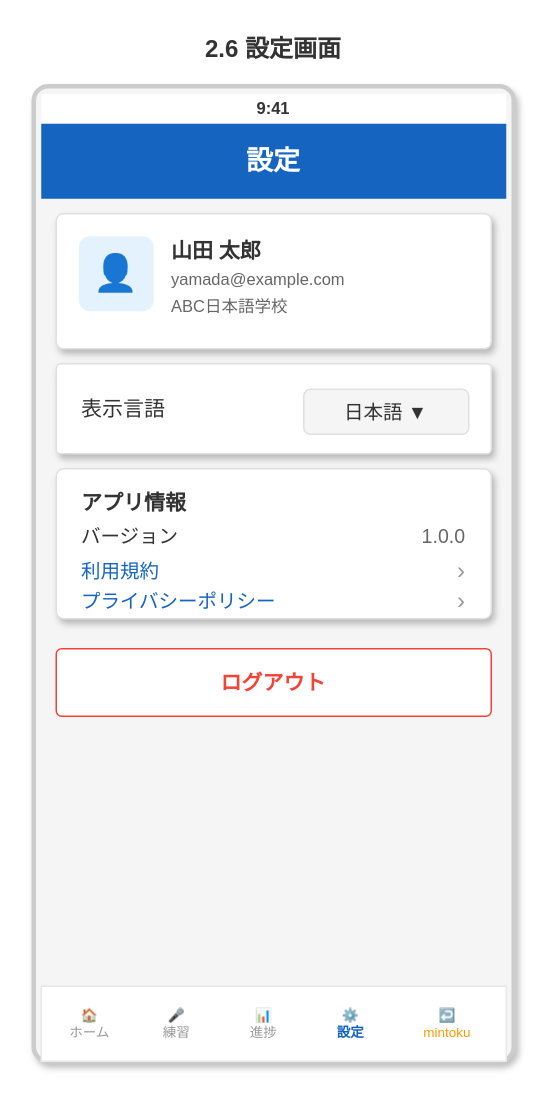
yoshidasendai115/ai-interview keeps this draw.io diagram as docs/images/画面設計書_2.6_設定.drawio. Above is the earlier version. Source tidied: cells renumbered, new cells numbered last; positions are measured from the earlier drawing's top-left corner, leaving out a move shared by most shapes. Both pictures are drawn from the tidied source at 150%, with x=0, y=0 at pixel (33, 26).
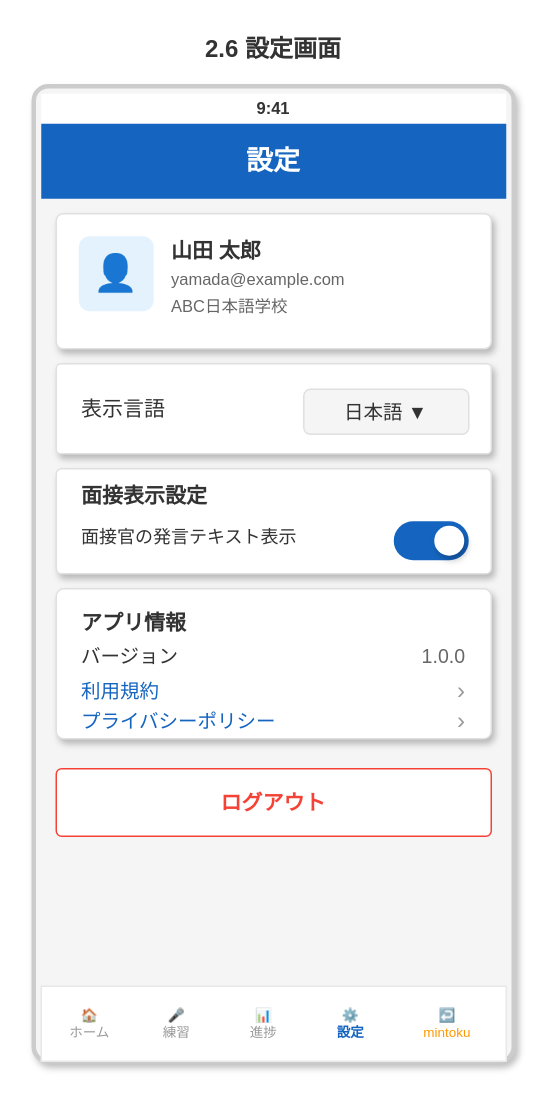
The same page after the edit.

What changed in the source:
```diff
@@
+    <mxCell id="31" style="rounded=1;whiteSpace=wrap;html=1;fillColor=#FFFFFF;strokeColor=#E0E0E0;arcSize=5;shadow=1;" parent="1" vertex="1">
+      <mxGeometry x="15" y="295" width="290" height="70" as="geometry" />
+    </mxCell>
+    <mxCell id="32" value="面接表示設定" style="text;html=1;strokeColor=none;fillColor=none;align=left;verticalAlign=middle;whiteSpace=wrap;rounded=0;fontSize=14;fontStyle=1;fontColor=#333333;" parent="1" vertex="1">
+      <mxGeometry x="30" y="300" width="120" height="25" as="geometry" />
+    </mxCell>
+    <mxCell id="33" value="面接官の発言テキスト表示" style="text;html=1;strokeColor=none;fillColor=none;align=left;verticalAlign=middle;whiteSpace=wrap;rounded=0;fontSize=12;fontColor=#333333;" parent="1" vertex="1">
+      <mxGeometry x="30" y="328" width="180" height="25" as="geometry" />
+    </mxCell>
+    <mxCell id="34" style="rounded=1;whiteSpace=wrap;html=1;fillColor=#1565C0;strokeColor=none;arcSize=50;" parent="1" vertex="1">
+      <mxGeometry x="240" y="330" width="50" height="26" as="geometry" />
+    </mxCell>
+    <mxCell id="35" style="ellipse;whiteSpace=wrap;html=1;fillColor=#FFFFFF;strokeColor=none;shadow=1;" parent="1" vertex="1">
+      <mxGeometry x="267" y="333" width="20" height="20" as="geometry" />
+    </mxCell>
     <mxCell id="16" style="rounded=1;whiteSpace=wrap;html=1;fillColor=#FFFFFF;strokeColor=#E0E0E0;arcSize=5;shadow=1;" parent="1" vertex="1">
-      <mxGeometry x="15" y="295" width="290" height="100" as="geometry" />
+      <mxGeometry x="15" y="375" width="290" height="100" as="geometry" />
     </mxCell>
     <mxCell id="17" value="アプリ情報" style="text;html=1;strokeColor=none;fillColor=none;align=left;verticalAlign=middle;whiteSpace=wrap;rounded=0;fontSize=14;fontStyle=1;fontColor=#333333;" parent="1" vertex="1">
-      <mxGeometry x="30" y="305" width="100" height="25" as="geometry" />
+      <mxGeometry x="30" y="385" width="100" height="25" as="geometry" />
     </mxCell>
     <mxCell id="18" value="バージョン" style="text;html=1;strokeColor=none;fillColor=none;align=left;verticalAlign=middle;whiteSpace=wrap;rounded=0;fontSize=13;fontColor=#333333;" parent="1" vertex="1">
-      <mxGeometry x="30" y="330" width="100" height="20" as="geometry" />
+      <mxGeometry x="30" y="410" width="100" height="20" as="geometry" />
     </mxCell>
     <mxCell id="19" value="1.0.0" style="text;html=1;strokeColor=none;fillColor=none;align=right;verticalAlign=middle;whiteSpace=wrap;rounded=0;fontSize=13;fontColor=#666666;" parent="1" vertex="1">
-      <mxGeometry x="220" y="330" width="70" height="20" as="geometry" />
+      <mxGeometry x="220" y="410" width="70" height="20" as="geometry" />
     </mxCell>
     <mxCell id="20" value="利用規約" style="text;html=1;strokeColor=none;fillColor=none;align=left;verticalAlign=middle;whiteSpace=wrap;rounded=0;fontSize=13;fontColor=#1565C0;textDecoration=underline;" parent="1" vertex="1">
-      <mxGeometry x="30" y="353" width="100" height="20" as="geometry" />
+      <mxGeometry x="30" y="433" width="100" height="20" as="geometry" />
     </mxCell>
     <mxCell id="21" value="›" style="text;html=1;strokeColor=none;fillColor=none;align=right;verticalAlign=middle;whiteSpace=wrap;rounded=0;fontSize=16;fontColor=#999999;" parent="1" vertex="1">
-      <mxGeometry x="270" y="353" width="20" height="20" as="geometry" />
+      <mxGeometry x="270" y="433" width="20" height="20" as="geometry" />
     </mxCell>
     <mxCell id="22" value="プライバシーポリシー" style="text;html=1;strokeColor=none;fillColor=none;align=left;verticalAlign=middle;whiteSpace=wrap;rounded=0;fontSize=13;fontColor=#1565C0;textDecoration=underline;" parent="1" vertex="1">
-      <mxGeometry x="30" y="373" width="180" height="20" as="geometry" />
+      <mxGeometry x="30" y="453" width="180" height="20" as="geometry" />
     </mxCell>
     <mxCell id="23" value="›" style="text;html=1;strokeColor=none;fillColor=none;align=right;verticalAlign=middle;whiteSpace=wrap;rounded=0;fontSize=16;fontColor=#999999;" parent="1" vertex="1">
-      <mxGeometry x="270" y="373" width="20" height="20" as="geometry" />
+      <mxGeometry x="270" y="453" width="20" height="20" as="geometry" />
     </mxCell>
     <mxCell id="24" value="ログアウト" style="rounded=1;whiteSpace=wrap;html=1;fillColor=#FFFFFF;strokeColor=#F44336;fontColor=#F44336;fontSize=14;fontStyle=1;arcSize=8;" parent="1" vertex="1">
-      <mxGeometry x="15" y="415" width="290" height="45" as="geometry" />
+      <mxGeometry x="15" y="495" width="290" height="45" as="geometry" />
     </mxCell>
```
